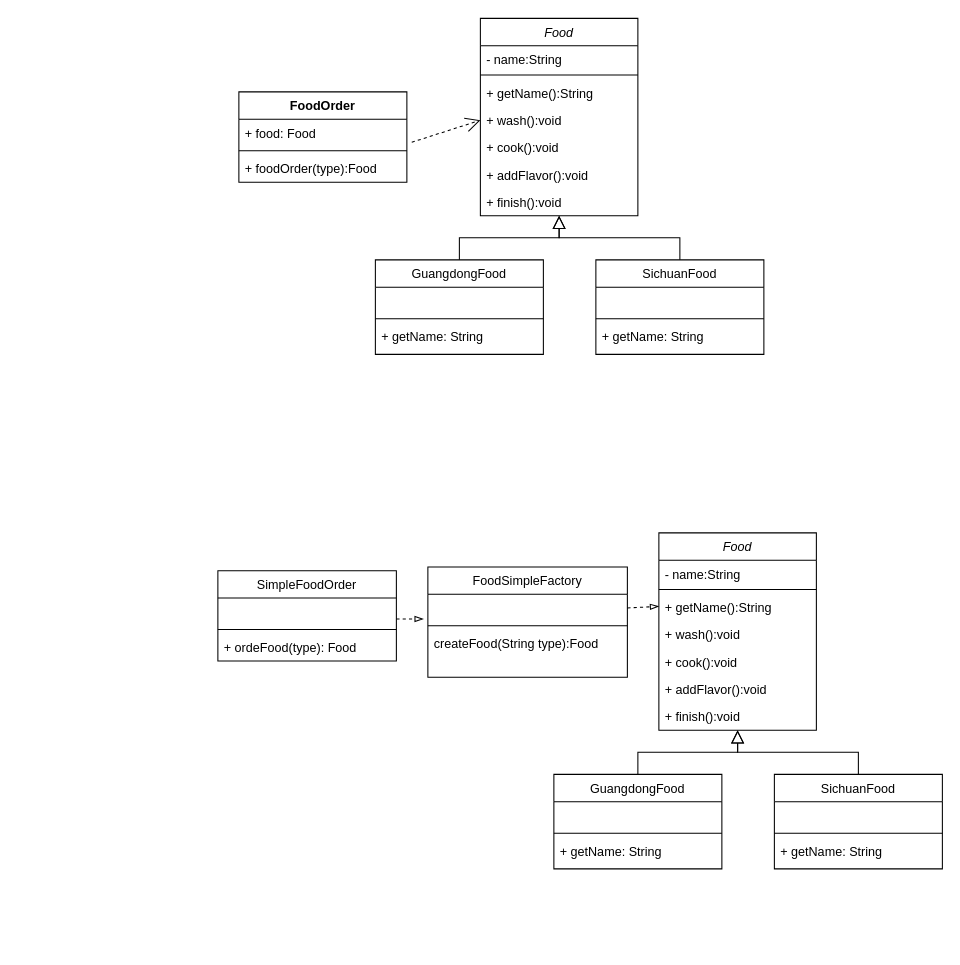
choustark/j_pattern keeps this draw.io diagram as pattern_design.drawio. Above is the earlier version. Source tidied: cells renumbered, new cells numbered last; positions are measured from the earlier drawing's top-left corner, leaving out a move shared by most shapes. Both pictures are drawn from the tidied source at 105%, with x=0, y=0 at pixel (217, 18).
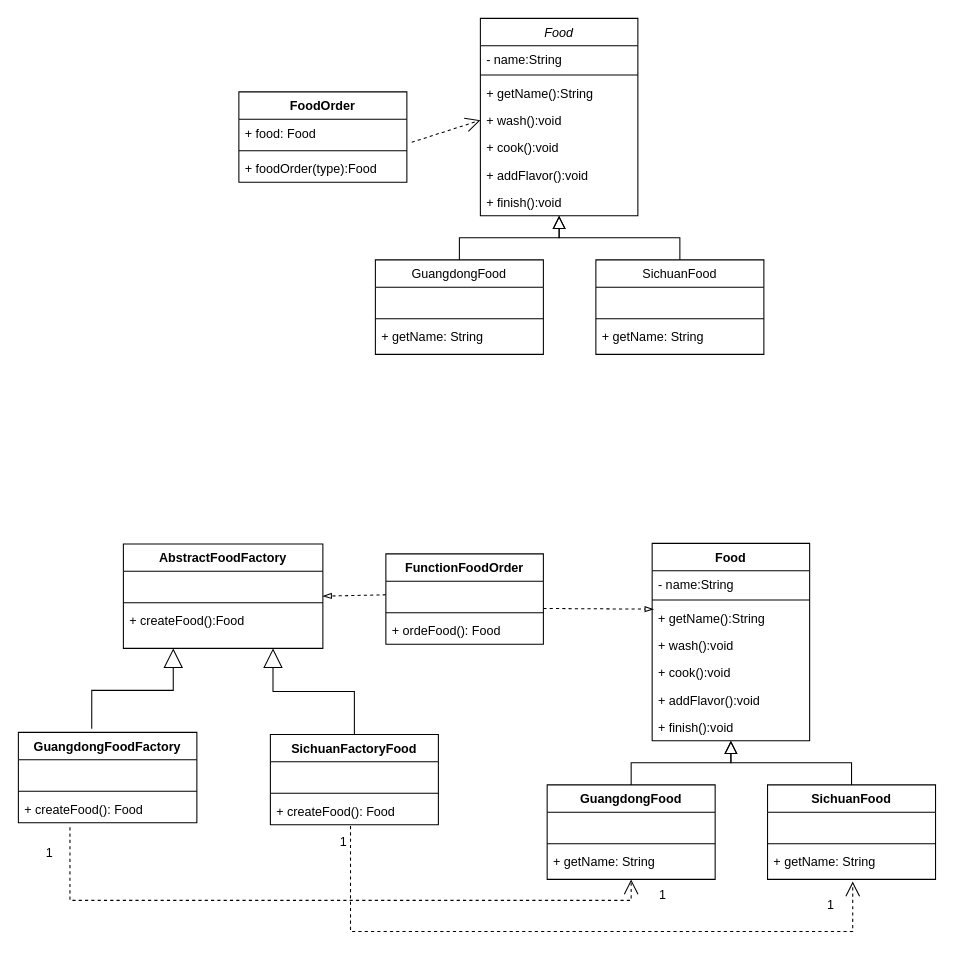
Above is the later version.

The change refers to these unchanged cells:
```xml
<mxCell id="5" value="+ getName():String" style="text;align=left;verticalAlign=top;spacingLeft=4;spacingRight=4;overflow=hidden;points=[[0,0.5],[1,0.5]];portConstraint=eastwest;rounded=0;shadow=0;html=0;" parent="2" vertex="1">
  <mxGeometry y="58" width="150" height="26" as="geometry" />
</mxCell>
<mxCell id="18" value="+ getName: String" style="text;strokeColor=none;fillColor=none;align=left;verticalAlign=top;spacingLeft=4;spacingRight=4;overflow=hidden;points=[[0,0.5],[1,0.5]];portConstraint=eastwest;" parent="15" vertex="1">
  <mxGeometry y="60" width="160" height="26" as="geometry" />
</mxCell>
<mxCell id="21" value=" " style="text;strokeColor=none;fillColor=none;align=left;verticalAlign=top;spacingLeft=4;spacingRight=4;overflow=hidden;points=[[0,0.5],[1,0.5]];portConstraint=eastwest;" parent="20" vertex="1">
  <mxGeometry y="26" width="190" height="26" as="geometry" />
</mxCell>
```

What changed in the source:
```diff
@@
-    <mxCell id="2" value="Food" style="swimlane;fontStyle=2;align=center;verticalAlign=top;horizontal=1;startSize=26;rounded=0;shadow=0;strokeWidth=1;" parent="1" vertex="1">
-      <mxGeometry x="420" y="490" width="150" height="188" as="geometry" />
+    <mxCell id="2" value="Food" style="swimlane;fontStyle=1;align=center;verticalAlign=top;horizontal=1;startSize=26;rounded=0;shadow=0;strokeWidth=1;" parent="1" vertex="1">
+      <mxGeometry x="413.6" y="500" width="150" height="188" as="geometry" />
     </mxCell>
@@
-    <mxCell id="10" value="GuangdongFood" style="swimlane;fontStyle=0;align=center;verticalAlign=top;horizontal=1;startSize=26;rounded=0;shadow=0;strokeWidth=1;" parent="1" vertex="1">
-      <mxGeometry x="320" y="720" width="160" height="90" as="geometry" />
+    <mxCell id="10" value="GuangdongFood" style="swimlane;fontStyle=1;align=center;verticalAlign=top;horizontal=1;startSize=26;rounded=0;shadow=0;strokeWidth=1;" parent="1" vertex="1">
+      <mxGeometry x="313.6" y="730" width="160" height="90" as="geometry" />
     </mxCell>
@@
-    <mxCell id="15" value="SichuanFood" style="swimlane;fontStyle=0;align=center;verticalAlign=top;horizontal=1;startSize=26;rounded=0;shadow=0;strokeWidth=1;" parent="1" vertex="1">
-      <mxGeometry x="530" y="720" width="160" height="90" as="geometry" />
+    <mxCell id="15" value="SichuanFood" style="swimlane;fontStyle=1;align=center;verticalAlign=top;horizontal=1;startSize=26;rounded=0;shadow=0;strokeWidth=1;" parent="1" vertex="1">
+      <mxGeometry x="523.5" y="730" width="160" height="90" as="geometry" />
     </mxCell>
@@
-    <mxCell id="20" value="FoodSimpleFactory" style="swimlane;fontStyle=0;align=center;verticalAlign=top;horizontal=1;startSize=26;rounded=0;shadow=0;strokeWidth=1;" parent="1" vertex="1">
-      <mxGeometry x="200" y="522.5" width="190" height="105" as="geometry" />
+    <mxCell id="20" value="AbstractFoodFactory" style="swimlane;fontStyle=1;align=center;verticalAlign=top;horizontal=1;startSize=26;rounded=0;shadow=0;strokeWidth=1;" parent="1" vertex="1">
+      <mxGeometry x="-90" y="500.5" width="190" height="99.5" as="geometry" />
     </mxCell>
@@
-    <mxCell id="23" value="createFood(String type):Food" style="text;align=left;verticalAlign=top;spacingLeft=4;spacingRight=4;overflow=hidden;" parent="20" vertex="1">
+    <mxCell id="23" value="+ createFood():Food" style="text;align=left;verticalAlign=top;spacingLeft=4;spacingRight=4;overflow=hidden;" parent="20" vertex="1">
       <mxGeometry y="60" width="190" height="26" as="geometry" />
     </mxCell>
-    <mxCell id="24" style="endArrow=blockThin;html=1;rounded=0;dashed=1;endFill=0;exitX=1;exitY=0.5;exitDx=0;exitDy=0;" parent="1" edge="1" source="21">
-      <mxGeometry relative="1" as="geometry">
-        <mxPoint x="420" y="560" as="targetPoint" />
-      </mxGeometry>
+    <mxCell id="24" style="endArrow=blockThin;html=1;rounded=0;dashed=1;endFill=0;exitX=0;exitY=0.5;exitDx=0;exitDy=0;entryX=1;entryY=0.5;entryDx=0;entryDy=0;" parent="1" edge="1" source="26" target="20">
+      <mxGeometry relative="1" as="geometry" />
     </mxCell>
-    <mxCell id="25" value="SimpleFoodOrder" style="swimlane;fontStyle=0;align=center;verticalAlign=top;horizontal=1;startSize=26;" parent="1" vertex="1">
-      <mxGeometry y="526" width="170" height="86" as="geometry" />
+    <mxCell id="25" value="FunctionFoodOrder" style="swimlane;fontStyle=1;align=center;verticalAlign=top;horizontal=1;startSize=26;" parent="1" vertex="1">
+      <mxGeometry x="160" y="510" width="150" height="86" as="geometry" />
     </mxCell>
     <mxCell id="26" value=" " style="text;strokeColor=none;fillColor=none;align=left;verticalAlign=top;spacingLeft=4;spacingRight=4;overflow=hidden;points=[[0,0.5],[1,0.5]];portConstraint=eastwest;" parent="25" vertex="1">
-      <mxGeometry y="26" width="170" height="26" as="geometry" />
+      <mxGeometry y="26" width="150" height="26" as="geometry" />
     </mxCell>
     <mxCell id="27" style="line;strokeWidth=1;fillColor=none;align=left;verticalAlign=middle;spacingTop=-1;spacingLeft=3;spacingRight=3;labelPosition=right;strokeColor=inherit;" parent="25" vertex="1">
-      <mxGeometry y="52" width="170" height="8" as="geometry" />
+      <mxGeometry y="52" width="150" height="8" as="geometry" />
     </mxCell>
-    <mxCell id="28" value="+ ordeFood(type): Food" style="text;strokeColor=none;fillColor=none;align=left;verticalAlign=top;spacingLeft=4;spacingRight=4;overflow=hidden;" parent="25" vertex="1">
-      <mxGeometry y="60" width="170" height="26" as="geometry" />
+    <mxCell id="28" value="+ ordeFood(): Food" style="text;strokeColor=none;fillColor=none;align=left;verticalAlign=top;spacingLeft=4;spacingRight=4;overflow=hidden;" parent="25" vertex="1">
+      <mxGeometry y="60" width="150" height="26" as="geometry" />
     </mxCell>
-    <mxCell id="29" style="endArrow=blockThin;html=1;rounded=0;dashed=1;endFill=0;entryX=-0.022;entryY=0.903;entryDx=0;entryDy=0;entryPerimeter=0;" parent="1" edge="1" target="21">
+    <mxCell id="29" style="endArrow=blockThin;html=1;rounded=0;dashed=1;endFill=0;exitX=1.043;exitY=0.615;exitDx=0;exitDy=0;exitPerimeter=0;entryX=0.009;entryY=0.179;entryDx=0;entryDy=0;entryPerimeter=0;" parent="1" edge="1" target="5">
       <mxGeometry relative="1" as="geometry">
-        <mxPoint x="170" y="572" as="sourcePoint" />
+        <mxPoint x="310" y="562" as="sourcePoint" />
       </mxGeometry>
     </mxCell>
@@
+    <mxCell id="53" value="GuangdongFoodFactory" style="swimlane;fontStyle=1;align=center;verticalAlign=top;horizontal=1;startSize=26;" parent="1" vertex="1">
+      <mxGeometry x="-190" y="680" width="170" height="86" as="geometry" />
+    </mxCell>
+    <mxCell id="54" value=" " style="text;strokeColor=none;fillColor=none;align=left;verticalAlign=top;spacingLeft=4;spacingRight=4;overflow=hidden;" parent="53" vertex="1">
+      <mxGeometry y="26" width="170" height="26" as="geometry" />
+    </mxCell>
+    <mxCell id="55" style="line;strokeWidth=1;fillColor=none;align=left;verticalAlign=middle;spacingTop=-1;spacingLeft=3;spacingRight=3;labelPosition=right;strokeColor=inherit;" parent="53" vertex="1">
+      <mxGeometry y="52" width="170" height="8" as="geometry" />
+    </mxCell>
+    <mxCell id="56" value="+ createFood(): Food" style="text;strokeColor=none;fillColor=none;align=left;verticalAlign=top;spacingLeft=4;spacingRight=4;overflow=hidden;points=[[0,0.5],[1,0.5]];portConstraint=eastwest;" parent="53" vertex="1">
+      <mxGeometry y="60" width="170" height="26" as="geometry" />
+    </mxCell>
+    <mxCell id="57" value="SichuanFactoryFood" style="swimlane;fontStyle=1;align=center;verticalAlign=top;horizontal=1;startSize=26;" parent="1" vertex="1">
+      <mxGeometry x="50" y="682" width="160" height="86" as="geometry" />
+    </mxCell>
+    <mxCell id="58" value=" " style="text;strokeColor=none;fillColor=none;align=left;verticalAlign=top;spacingLeft=4;spacingRight=4;overflow=hidden;" parent="57" vertex="1">
+      <mxGeometry y="26" width="160" height="26" as="geometry" />
+    </mxCell>
+    <mxCell id="59" style="line;strokeWidth=1;fillColor=none;align=left;verticalAlign=middle;spacingTop=-1;spacingLeft=3;spacingRight=3;labelPosition=right;strokeColor=inherit;" parent="57" vertex="1">
+      <mxGeometry y="52" width="160" height="8" as="geometry" />
+    </mxCell>
+    <mxCell id="60" value="+ createFood(): Food" style="text;strokeColor=none;fillColor=none;align=left;verticalAlign=top;spacingLeft=4;spacingRight=4;overflow=hidden;points=[[0,0.5],[1,0.5]];portConstraint=eastwest;" parent="57" vertex="1">
+      <mxGeometry y="60" width="160" height="26" as="geometry" />
+    </mxCell>
+    <mxCell id="61" style="endArrow=block;endSize=16;endFill=0;html=1;rounded=0;exitX=0.5;exitY=0;exitDx=0;exitDy=0;edgeStyle=orthogonalEdgeStyle;entryX=0.75;entryY=1;entryDx=0;entryDy=0;" parent="1" edge="1" source="57" target="20">
+      <mxGeometry relative="1" as="geometry" />
+    </mxCell>
+    <mxCell id="62" style="endArrow=block;endSize=16;endFill=0;html=1;rounded=0;edgeStyle=orthogonalEdgeStyle;exitX=0.411;exitY=-0.039;exitDx=0;exitDy=0;exitPerimeter=0;entryX=0.25;entryY=1;entryDx=0;entryDy=0;" parent="1" edge="1" source="53" target="20">
+      <mxGeometry relative="1" as="geometry" />
+    </mxCell>
+    <mxCell id="63" style="endArrow=open;endSize=12;dashed=1;html=1;rounded=0;edgeStyle=elbowEdgeStyle;entryX=0.5;entryY=1;entryDx=0;entryDy=0;elbow=vertical;exitX=0.289;exitY=1.167;exitDx=0;exitDy=0;exitPerimeter=0;" parent="1" edge="1" source="56" target="10">
+      <mxGeometry relative="1" as="geometry">
+        <Array as="points">
+          <mxPoint x="280" y="840" />
+          <mxPoint x="80" y="850" />
+        </Array>
+      </mxGeometry>
+    </mxCell>
+    <mxCell id="64" style="endArrow=open;endSize=12;dashed=1;html=1;rounded=0;edgeStyle=elbowEdgeStyle;entryX=0.507;entryY=1.231;entryDx=0;entryDy=0;elbow=vertical;exitX=0.477;exitY=1.047;exitDx=0;exitDy=0;exitPerimeter=0;entryPerimeter=0;" parent="1" edge="1" source="60" target="18">
+      <mxGeometry relative="1" as="geometry">
+        <Array as="points">
+          <mxPoint x="325.1" y="869.7" />
+        </Array>
+      </mxGeometry>
+    </mxCell>
+    <mxCell id="65" value="1" style="text;html=1;strokeColor=none;fillColor=none;align=center;verticalAlign=middle;whiteSpace=wrap;rounded=0;" parent="1" vertex="1">
+      <mxGeometry x="-170" y="780" width="20" height="30" as="geometry" />
+    </mxCell>
+    <mxCell id="66" value="1" style="text;html=1;strokeColor=none;fillColor=none;align=center;verticalAlign=middle;whiteSpace=wrap;rounded=0;" parent="1" vertex="1">
+      <mxGeometry x="413.6" y="820" width="20" height="30" as="geometry" />
+    </mxCell>
+    <mxCell id="67" value="1" style="text;html=1;strokeColor=none;fillColor=none;align=center;verticalAlign=middle;whiteSpace=wrap;rounded=0;" parent="1" vertex="1">
+      <mxGeometry x="110" y="770" width="20" height="30" as="geometry" />
+    </mxCell>
+    <mxCell id="68" value="1" style="text;html=1;strokeColor=none;fillColor=none;align=center;verticalAlign=middle;whiteSpace=wrap;rounded=0;" parent="1" vertex="1">
+      <mxGeometry x="573.5" y="830" width="20" height="30" as="geometry" />
+    </mxCell>
```
